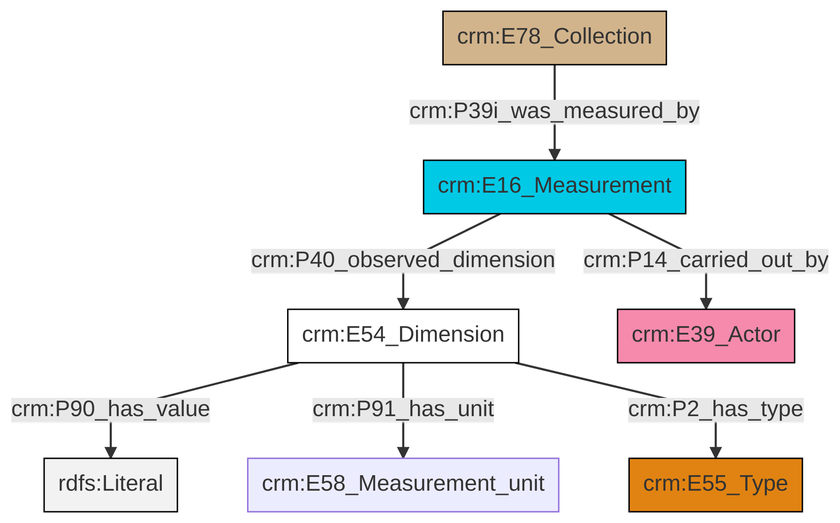
Above: et/archivalCSV/ttl/mmd/png/archival_substance.png in swiss-art-research-net/docs.swissartresearch (Mermaid), before the change. Its source is kept beside it as et/archivalCSV/ttl/mmd/archival_substance.ttl.mmd.
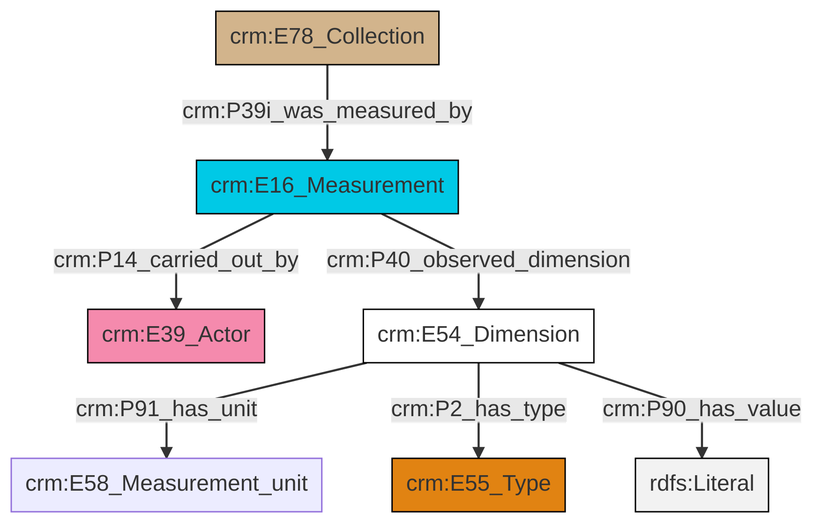
After the change.

Diff of the diagram source:
```diff
@@ -13,9 +13,9 @@
 classDef PC_Classes fill:#4ce600, stroke:#000000;
 classDef Multi fill:#cccccc,stroke:#000000;
 
-0["crm:E16_Measurement"]:::Temporal_Entity -->|crm:P40_observed_dimension| 1["crm:E54_Dimension"]:::CRM_Entity
-1["crm:E54_Dimension"]:::CRM_Entity -->|crm:P90_has_value| 5[rdfs:Literal]:::Literal
-8["crm:E78_Collection"]:::Physical_Thing -->|crm:P39i_was_measured_by| 0["crm:E16_Measurement"]:::Temporal_Entity
-1["crm:E54_Dimension"]:::CRM_Entity -->|crm:P91_has_unit| 3["crm:E58_Measurement_unit"]:::Default
-1["crm:E54_Dimension"]:::CRM_Entity -->|crm:P2_has_type| 6["crm:E55_Type"]:::Type
-0["crm:E16_Measurement"]:::Temporal_Entity -->|crm:P14_carried_out_by| 11["crm:E39_Actor"]:::Actor
+2["crm:E16_Measurement"]:::Temporal_Entity -->|crm:P14_carried_out_by| 4["crm:E39_Actor"]:::Actor
+5["crm:E54_Dimension"]:::CRM_Entity -->|crm:P91_has_unit| 6["crm:E58_Measurement_unit"]:::Default
+0["crm:E78_Collection"]:::Physical_Thing -->|crm:P39i_was_measured_by| 2["crm:E16_Measurement"]:::Temporal_Entity
+5["crm:E54_Dimension"]:::CRM_Entity -->|crm:P2_has_type| 9["crm:E55_Type"]:::Type
+5["crm:E54_Dimension"]:::CRM_Entity -->|crm:P90_has_value| 11[rdfs:Literal]:::Literal
+2["crm:E16_Measurement"]:::Temporal_Entity -->|crm:P40_observed_dimension| 5["crm:E54_Dimension"]:::CRM_Entity
```
